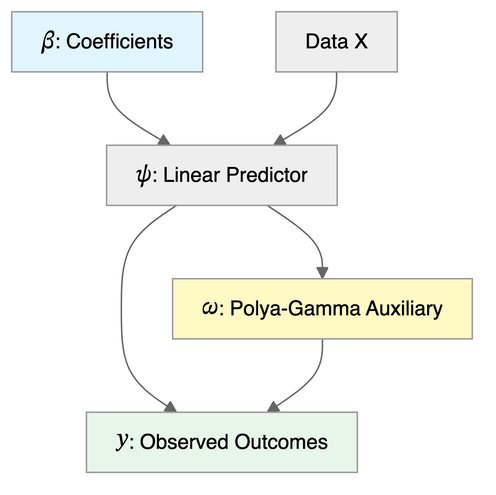
Earlier version of the Mermaid export fig/mermaid/13-logistic-polya-gamma.png (VadimSokolov/bayes_ai_deep_learning). Its source is kept beside it as fig/mermaid/13-logistic-polya-gamma.mmd.
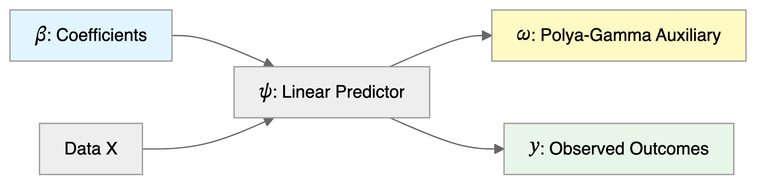
After the change.

What changed in the source:
```diff
@@ -1,9 +1,8 @@
-graph TB
+graph LR
     B[$$\beta$$: Coefficients] --> P[$$\psi$$: Linear Predictor]
     X[Data X] --> P
     P --> O[$$\omega$$: Polya-Gamma Auxiliary]
     P --> Y[$$y$$: Observed Outcomes]
-    O --> Y
 
     style B fill:#e1f5fe
     style O fill:#fff9c4
```
